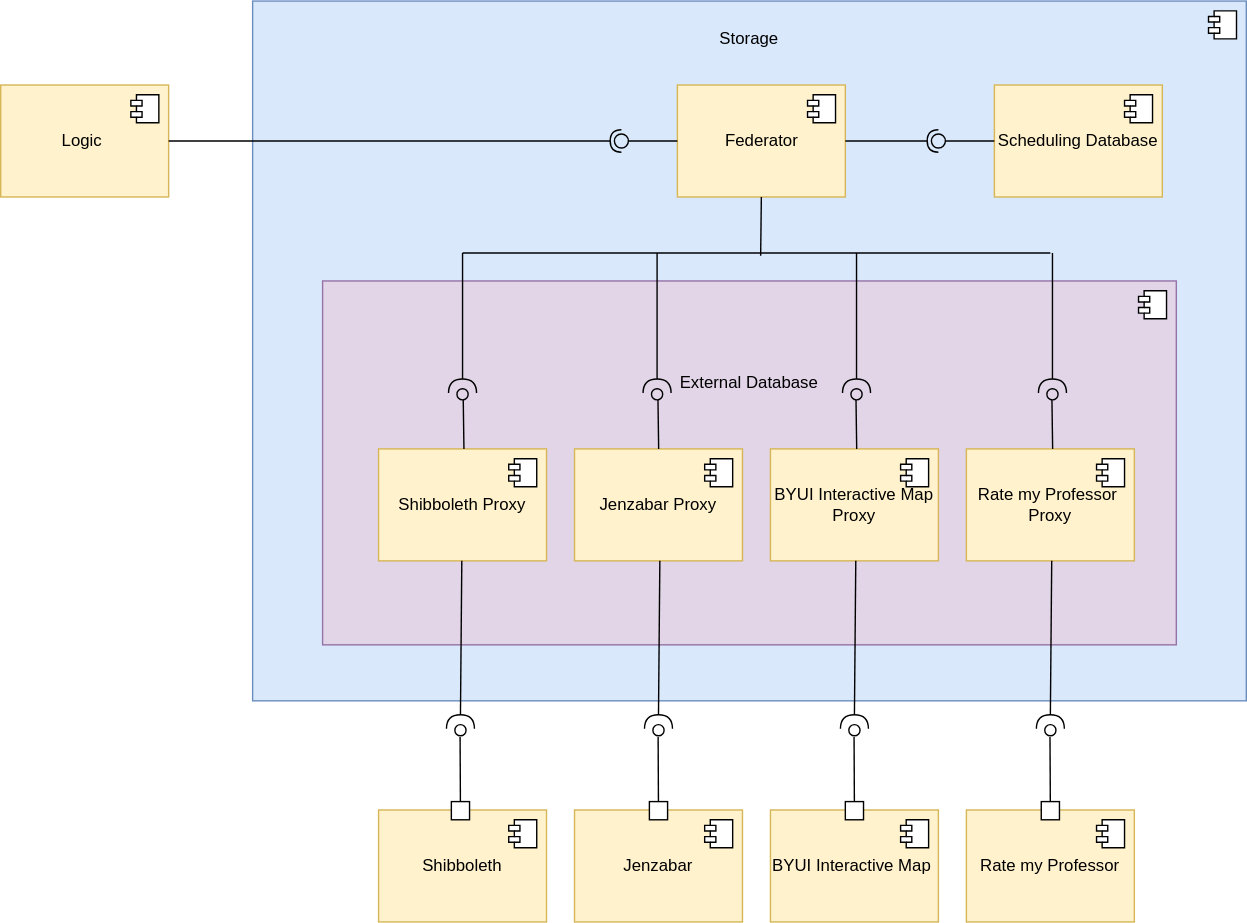
Earlier version of the draw.io export Storage/TeamOneFiles/component for External database.drawio (1).svg (MckennahPalmer/CSE430). Source tidied: cells renumbered, new cells last; positions are measured from the earlier drawing's top-left corner, leaving out a move shared by most shapes. Its diagram source:
```xml
<mxGraphModel>
  <root>
    <mxCell id="0" />
    <mxCell id="1" parent="0" />
    <mxCell id="2" value="&lt;p style=&quot;line-height: 120%;&quot;&gt;&lt;/p&gt;&lt;div style=&quot;text-align: left;&quot;&gt;Storage&lt;br&gt;&lt;br&gt;&lt;br&gt;&lt;br&gt;&lt;br&gt;&lt;br&gt;&lt;br&gt;&lt;br&gt;&lt;br&gt;&lt;br&gt;&lt;br&gt;&lt;br&gt;&lt;br&gt;&lt;br&gt;&lt;br&gt;&lt;br&gt;&lt;br&gt;&lt;br&gt;&lt;br&gt;&lt;br&gt;&lt;br&gt;&lt;br&gt;&lt;br&gt;&lt;br&gt;&lt;br&gt;&lt;br&gt;&lt;br&gt;&lt;br&gt;&lt;br&gt;&lt;br&gt;&lt;br&gt;&lt;br&gt;&lt;/div&gt;&lt;p&gt;&lt;/p&gt;" style="html=1;whiteSpace=wrap;fillColor=#dae8fc;strokeColor=#6c8ebf;align=center;" parent="1" vertex="1">
      <mxGeometry x="180" width="710" height="500" as="geometry" />
    </mxCell>
    <mxCell id="3" style="shape=module;jettyWidth=8;jettyHeight=4;" parent="2" vertex="1">
      <mxGeometry x="1" width="20" height="20" relative="1" as="geometry">
        <mxPoint x="-27" y="7" as="offset" />
      </mxGeometry>
    </mxCell>
    <mxCell id="4" value="&lt;p style=&quot;line-height: 120%;&quot;&gt;External Database&lt;br&gt;&lt;br&gt;&lt;br&gt;&lt;br&gt;&lt;br&gt;&lt;br&gt;&lt;br&gt;&lt;br&gt;&lt;br&gt;&lt;/p&gt;" style="html=1;whiteSpace=wrap;fillColor=#e1d5e7;strokeColor=#9673a6;align=center;" parent="1" vertex="1">
      <mxGeometry x="230" y="200" width="610" height="260" as="geometry" />
    </mxCell>
    <mxCell id="5" style="shape=module;jettyWidth=8;jettyHeight=4;" parent="4" vertex="1">
      <mxGeometry x="1" width="20" height="20" relative="1" as="geometry">
        <mxPoint x="-27" y="7" as="offset" />
      </mxGeometry>
    </mxCell>
    <mxCell id="6" value="Shibboleth Proxy" style="html=1;whiteSpace=wrap;fillColor=#fff2cc;strokeColor=#d6b656;" parent="1" vertex="1">
      <mxGeometry x="270" y="320" width="120" height="80" as="geometry" />
    </mxCell>
    <mxCell id="7" style="shape=module;jettyWidth=8;jettyHeight=4;" parent="6" vertex="1">
      <mxGeometry x="1" width="20" height="20" relative="1" as="geometry">
        <mxPoint x="-27" y="7" as="offset" />
      </mxGeometry>
    </mxCell>
    <mxCell id="8" value="Jenzabar Proxy" style="html=1;whiteSpace=wrap;fillColor=#fff2cc;strokeColor=#d6b656;" parent="1" vertex="1">
      <mxGeometry x="410" y="320" width="120" height="80" as="geometry" />
    </mxCell>
    <mxCell id="9" style="shape=module;jettyWidth=8;jettyHeight=4;" parent="8" vertex="1">
      <mxGeometry x="1" width="20" height="20" relative="1" as="geometry">
        <mxPoint x="-27" y="7" as="offset" />
      </mxGeometry>
    </mxCell>
    <mxCell id="10" value="BYUI Interactive Map Proxy" style="html=1;whiteSpace=wrap;fillColor=#fff2cc;strokeColor=#d6b656;" parent="1" vertex="1">
      <mxGeometry x="550" y="320" width="120" height="80" as="geometry" />
    </mxCell>
    <mxCell id="11" style="shape=module;jettyWidth=8;jettyHeight=4;" parent="10" vertex="1">
      <mxGeometry x="1" width="20" height="20" relative="1" as="geometry">
        <mxPoint x="-27" y="7" as="offset" />
      </mxGeometry>
    </mxCell>
    <mxCell id="12" value="Rate my Professor&amp;nbsp; Proxy" style="html=1;whiteSpace=wrap;fillColor=#fff2cc;strokeColor=#d6b656;" parent="1" vertex="1">
      <mxGeometry x="690" y="320" width="120" height="80" as="geometry" />
    </mxCell>
    <mxCell id="13" style="shape=module;jettyWidth=8;jettyHeight=4;" parent="12" vertex="1">
      <mxGeometry x="1" width="20" height="20" relative="1" as="geometry">
        <mxPoint x="-27" y="7" as="offset" />
      </mxGeometry>
    </mxCell>
    <mxCell id="14" value="Shibboleth" style="html=1;whiteSpace=wrap;fillColor=#fff2cc;strokeColor=#d6b656;" parent="1" vertex="1">
      <mxGeometry x="270" y="578" width="120" height="80" as="geometry" />
    </mxCell>
    <mxCell id="15" style="shape=module;jettyWidth=8;jettyHeight=4;" parent="14" vertex="1">
      <mxGeometry x="1" width="20" height="20" relative="1" as="geometry">
        <mxPoint x="-27" y="7" as="offset" />
      </mxGeometry>
    </mxCell>
    <mxCell id="16" value="Jenzabar" style="html=1;whiteSpace=wrap;fillColor=#fff2cc;strokeColor=#d6b656;" parent="1" vertex="1">
      <mxGeometry x="410" y="578" width="120" height="80" as="geometry" />
    </mxCell>
    <mxCell id="17" style="shape=module;jettyWidth=8;jettyHeight=4;" parent="16" vertex="1">
      <mxGeometry x="1" width="20" height="20" relative="1" as="geometry">
        <mxPoint x="-27" y="7" as="offset" />
      </mxGeometry>
    </mxCell>
    <mxCell id="18" value="BYUI Interactive Map&amp;nbsp;" style="html=1;whiteSpace=wrap;fillColor=#fff2cc;strokeColor=#d6b656;" parent="1" vertex="1">
      <mxGeometry x="550" y="578" width="120" height="80" as="geometry" />
    </mxCell>
    <mxCell id="19" style="shape=module;jettyWidth=8;jettyHeight=4;" parent="18" vertex="1">
      <mxGeometry x="1" width="20" height="20" relative="1" as="geometry">
        <mxPoint x="-27" y="7" as="offset" />
      </mxGeometry>
    </mxCell>
    <mxCell id="20" value="Rate my Professor" style="html=1;whiteSpace=wrap;fillColor=#fff2cc;strokeColor=#d6b656;" parent="1" vertex="1">
      <mxGeometry x="690" y="578" width="120" height="80" as="geometry" />
    </mxCell>
    <mxCell id="21" style="shape=module;jettyWidth=8;jettyHeight=4;" parent="20" vertex="1">
      <mxGeometry x="1" width="20" height="20" relative="1" as="geometry">
        <mxPoint x="-27" y="7" as="offset" />
      </mxGeometry>
    </mxCell>
    <mxCell id="22" style="html=1;rounded=0;" parent="1" vertex="1">
      <mxGeometry x="322" y="572" width="13" height="13" as="geometry" />
    </mxCell>
    <mxCell id="23" style="endArrow=none;html=1;rounded=0;align=center;verticalAlign=top;endFill=0;labelBackgroundColor=none;endSize=2;entryX=0.533;entryY=1.109;entryDx=0;entryDy=0;entryPerimeter=0;" parent="1" edge="1" source="22" target="24">
      <mxGeometry relative="1" as="geometry" />
    </mxCell>
    <mxCell id="24" style="ellipse;html=1;fontSize=11;align=center;fillColor=none;points=[];verticalAlign=bottom;labelPosition=center;verticalLabelPosition=top;flipH=1;" parent="1" vertex="1">
      <mxGeometry x="324.5" y="517" width="8" height="8" as="geometry" />
    </mxCell>
    <mxCell id="25" style="shape=requiredInterface;html=1;verticalLabelPosition=bottom;sketch=0;rotation=-90;" parent="1" vertex="1">
      <mxGeometry x="323.5" y="505" width="10" height="20" as="geometry" />
    </mxCell>
    <mxCell id="26" style="endArrow=none;html=1;rounded=0;align=center;verticalAlign=top;endFill=0;labelBackgroundColor=none;endSize=2;entryX=0.533;entryY=1.109;entryDx=0;entryDy=0;entryPerimeter=0;exitX=1;exitY=0.5;exitDx=0;exitDy=0;exitPerimeter=0;" parent="1" edge="1" source="25">
      <mxGeometry relative="1" as="geometry">
        <mxPoint x="329.5" y="400" as="targetPoint" />
      </mxGeometry>
    </mxCell>
    <mxCell id="27" style="html=1;rounded=0;" parent="1" vertex="1">
      <mxGeometry x="463.5" y="572" width="13" height="13" as="geometry" />
    </mxCell>
    <mxCell id="28" style="endArrow=none;html=1;rounded=0;align=center;verticalAlign=top;endFill=0;labelBackgroundColor=none;endSize=2;entryX=0.533;entryY=1.109;entryDx=0;entryDy=0;entryPerimeter=0;" parent="1" edge="1" source="27" target="29">
      <mxGeometry relative="1" as="geometry" />
    </mxCell>
    <mxCell id="29" style="ellipse;html=1;fontSize=11;align=center;fillColor=none;points=[];verticalAlign=bottom;labelPosition=center;verticalLabelPosition=top;flipH=1;" parent="1" vertex="1">
      <mxGeometry x="466" y="517" width="8" height="8" as="geometry" />
    </mxCell>
    <mxCell id="30" style="shape=requiredInterface;html=1;verticalLabelPosition=bottom;sketch=0;rotation=-90;" parent="1" vertex="1">
      <mxGeometry x="465" y="505" width="10" height="20" as="geometry" />
    </mxCell>
    <mxCell id="31" style="endArrow=none;html=1;rounded=0;align=center;verticalAlign=top;endFill=0;labelBackgroundColor=none;endSize=2;entryX=0.533;entryY=1.109;entryDx=0;entryDy=0;entryPerimeter=0;exitX=1;exitY=0.5;exitDx=0;exitDy=0;exitPerimeter=0;" parent="1" edge="1" source="30">
      <mxGeometry relative="1" as="geometry">
        <mxPoint x="471" y="400" as="targetPoint" />
      </mxGeometry>
    </mxCell>
    <mxCell id="32" style="html=1;rounded=0;" parent="1" vertex="1">
      <mxGeometry x="603.5" y="572" width="13" height="13" as="geometry" />
    </mxCell>
    <mxCell id="33" style="endArrow=none;html=1;rounded=0;align=center;verticalAlign=top;endFill=0;labelBackgroundColor=none;endSize=2;entryX=0.533;entryY=1.109;entryDx=0;entryDy=0;entryPerimeter=0;" parent="1" edge="1" source="32" target="34">
      <mxGeometry relative="1" as="geometry" />
    </mxCell>
    <mxCell id="34" style="ellipse;html=1;fontSize=11;align=center;fillColor=none;points=[];verticalAlign=bottom;labelPosition=center;verticalLabelPosition=top;flipH=1;" parent="1" vertex="1">
      <mxGeometry x="606" y="517" width="8" height="8" as="geometry" />
    </mxCell>
    <mxCell id="35" style="shape=requiredInterface;html=1;verticalLabelPosition=bottom;sketch=0;rotation=-90;" parent="1" vertex="1">
      <mxGeometry x="605" y="505" width="10" height="20" as="geometry" />
    </mxCell>
    <mxCell id="36" style="endArrow=none;html=1;rounded=0;align=center;verticalAlign=top;endFill=0;labelBackgroundColor=none;endSize=2;entryX=0.533;entryY=1.109;entryDx=0;entryDy=0;entryPerimeter=0;exitX=1;exitY=0.5;exitDx=0;exitDy=0;exitPerimeter=0;" parent="1" edge="1" source="35">
      <mxGeometry relative="1" as="geometry">
        <mxPoint x="611" y="400" as="targetPoint" />
      </mxGeometry>
    </mxCell>
    <mxCell id="37" style="html=1;rounded=0;" parent="1" vertex="1">
      <mxGeometry x="743.5" y="572" width="13" height="13" as="geometry" />
    </mxCell>
    <mxCell id="38" style="endArrow=none;html=1;rounded=0;align=center;verticalAlign=top;endFill=0;labelBackgroundColor=none;endSize=2;entryX=0.533;entryY=1.109;entryDx=0;entryDy=0;entryPerimeter=0;" parent="1" edge="1" source="37" target="39">
      <mxGeometry relative="1" as="geometry" />
    </mxCell>
    <mxCell id="39" style="ellipse;html=1;fontSize=11;align=center;fillColor=none;points=[];verticalAlign=bottom;labelPosition=center;verticalLabelPosition=top;flipH=1;" parent="1" vertex="1">
      <mxGeometry x="746" y="517" width="8" height="8" as="geometry" />
    </mxCell>
    <mxCell id="40" style="shape=requiredInterface;html=1;verticalLabelPosition=bottom;sketch=0;rotation=-90;" parent="1" vertex="1">
      <mxGeometry x="745" y="505" width="10" height="20" as="geometry" />
    </mxCell>
    <mxCell id="41" style="endArrow=none;html=1;rounded=0;align=center;verticalAlign=top;endFill=0;labelBackgroundColor=none;endSize=2;entryX=0.533;entryY=1.109;entryDx=0;entryDy=0;entryPerimeter=0;exitX=1;exitY=0.5;exitDx=0;exitDy=0;exitPerimeter=0;" parent="1" edge="1" source="40">
      <mxGeometry relative="1" as="geometry">
        <mxPoint x="751" y="400" as="targetPoint" />
      </mxGeometry>
    </mxCell>
    <mxCell id="42" value="Federator" style="html=1;whiteSpace=wrap;fillColor=#fff2cc;strokeColor=#d6b656;" parent="1" vertex="1">
      <mxGeometry x="483.5" y="60" width="120" height="80" as="geometry" />
    </mxCell>
    <mxCell id="43" style="shape=module;jettyWidth=8;jettyHeight=4;" parent="42" vertex="1">
      <mxGeometry x="1" width="20" height="20" relative="1" as="geometry">
        <mxPoint x="-27" y="7" as="offset" />
      </mxGeometry>
    </mxCell>
    <mxCell id="44" style="ellipse;html=1;fontSize=11;align=center;fillColor=none;verticalAlign=bottom;labelPosition=center;verticalLabelPosition=top;flipH=1;" parent="1" vertex="1">
      <mxGeometry x="326" y="277" width="8" height="8" as="geometry" />
    </mxCell>
    <mxCell id="45" style="shape=requiredInterface;html=1;verticalLabelPosition=bottom;sketch=0;rotation=-90;" parent="1" vertex="1">
      <mxGeometry x="325" y="265" width="10" height="20" as="geometry" />
    </mxCell>
    <mxCell id="46" style="endArrow=none;html=1;rounded=0;align=center;verticalAlign=top;endFill=0;labelBackgroundColor=none;endSize=2;exitX=1;exitY=0.5;exitDx=0;exitDy=0;exitPerimeter=0;" parent="1" edge="1" source="45">
      <mxGeometry relative="1" as="geometry">
        <mxPoint x="330" y="180" as="targetPoint" />
      </mxGeometry>
    </mxCell>
    <mxCell id="47" style="ellipse;html=1;fontSize=11;align=center;fillColor=none;verticalAlign=bottom;labelPosition=center;verticalLabelPosition=top;flipH=1;" parent="1" vertex="1">
      <mxGeometry x="465" y="277" width="8" height="8" as="geometry" />
    </mxCell>
    <mxCell id="48" style="shape=requiredInterface;html=1;verticalLabelPosition=bottom;sketch=0;rotation=-90;" parent="1" vertex="1">
      <mxGeometry x="464" y="265" width="10" height="20" as="geometry" />
    </mxCell>
    <mxCell id="49" style="endArrow=none;html=1;rounded=0;align=center;verticalAlign=top;endFill=0;labelBackgroundColor=none;endSize=2;exitX=1;exitY=0.5;exitDx=0;exitDy=0;exitPerimeter=0;" parent="1" edge="1" source="48">
      <mxGeometry relative="1" as="geometry">
        <mxPoint x="469" y="180" as="targetPoint" />
      </mxGeometry>
    </mxCell>
    <mxCell id="50" style="ellipse;html=1;fontSize=11;align=center;fillColor=none;verticalAlign=bottom;labelPosition=center;verticalLabelPosition=top;flipH=1;" parent="1" vertex="1">
      <mxGeometry x="607.5" y="277" width="8" height="8" as="geometry" />
    </mxCell>
    <mxCell id="51" style="shape=requiredInterface;html=1;verticalLabelPosition=bottom;sketch=0;rotation=-90;" parent="1" vertex="1">
      <mxGeometry x="606.5" y="265" width="10" height="20" as="geometry" />
    </mxCell>
    <mxCell id="52" style="endArrow=none;html=1;rounded=0;align=center;verticalAlign=top;endFill=0;labelBackgroundColor=none;endSize=2;exitX=1;exitY=0.5;exitDx=0;exitDy=0;exitPerimeter=0;" parent="1" edge="1" source="51">
      <mxGeometry relative="1" as="geometry">
        <mxPoint x="611.5" y="180" as="targetPoint" />
      </mxGeometry>
    </mxCell>
    <mxCell id="53" style="ellipse;html=1;fontSize=11;align=center;fillColor=none;verticalAlign=bottom;labelPosition=center;verticalLabelPosition=top;flipH=1;" parent="1" vertex="1">
      <mxGeometry x="747.5" y="277" width="8" height="8" as="geometry" />
    </mxCell>
    <mxCell id="54" style="shape=requiredInterface;html=1;verticalLabelPosition=bottom;sketch=0;rotation=-90;" parent="1" vertex="1">
      <mxGeometry x="746.5" y="265" width="10" height="20" as="geometry" />
    </mxCell>
    <mxCell id="55" style="endArrow=none;html=1;rounded=0;align=center;verticalAlign=top;endFill=0;labelBackgroundColor=none;endSize=2;exitX=1;exitY=0.5;exitDx=0;exitDy=0;exitPerimeter=0;" parent="1" edge="1" source="54">
      <mxGeometry relative="1" as="geometry">
        <mxPoint x="751.5" y="180" as="targetPoint" />
      </mxGeometry>
    </mxCell>
    <mxCell id="56" style="endArrow=none;html=1;rounded=0;align=center;verticalAlign=top;endFill=0;labelBackgroundColor=none;endSize=2;" parent="1" edge="1">
      <mxGeometry relative="1" as="geometry">
        <mxPoint x="330" y="180" as="sourcePoint" />
        <mxPoint x="750" y="180" as="targetPoint" />
      </mxGeometry>
    </mxCell>
    <mxCell id="57" style="endArrow=none;html=1;rounded=0;align=center;verticalAlign=top;endFill=0;labelBackgroundColor=none;endSize=2;entryX=0.5;entryY=1;entryDx=0;entryDy=0;" parent="1" edge="1" target="42">
      <mxGeometry relative="1" as="geometry">
        <mxPoint x="543" y="182" as="sourcePoint" />
      </mxGeometry>
    </mxCell>
    <mxCell id="58" style="endArrow=none;html=1;rounded=0;align=center;verticalAlign=top;endFill=0;labelBackgroundColor=none;endSize=2;entryX=0.5;entryY=1;entryDx=0;entryDy=0;" parent="1" edge="1">
      <mxGeometry relative="1" as="geometry">
        <mxPoint x="331" y="320" as="sourcePoint" />
        <mxPoint x="330.5" y="285" as="targetPoint" />
      </mxGeometry>
    </mxCell>
    <mxCell id="59" style="endArrow=none;html=1;rounded=0;align=center;verticalAlign=top;endFill=0;labelBackgroundColor=none;endSize=2;entryX=0.5;entryY=1;entryDx=0;entryDy=0;" parent="1" edge="1">
      <mxGeometry relative="1" as="geometry">
        <mxPoint x="470.1" y="320" as="sourcePoint" />
        <mxPoint x="469.6" y="285" as="targetPoint" />
      </mxGeometry>
    </mxCell>
    <mxCell id="60" style="endArrow=none;html=1;rounded=0;align=center;verticalAlign=top;endFill=0;labelBackgroundColor=none;endSize=2;entryX=0.5;entryY=1;entryDx=0;entryDy=0;" parent="1" edge="1">
      <mxGeometry relative="1" as="geometry">
        <mxPoint x="611.6" y="320" as="sourcePoint" />
        <mxPoint x="611.1" y="285" as="targetPoint" />
      </mxGeometry>
    </mxCell>
    <mxCell id="61" style="endArrow=none;html=1;rounded=0;align=center;verticalAlign=top;endFill=0;labelBackgroundColor=none;endSize=2;entryX=0.5;entryY=1;entryDx=0;entryDy=0;" parent="1" edge="1">
      <mxGeometry relative="1" as="geometry">
        <mxPoint x="751.6" y="320" as="sourcePoint" />
        <mxPoint x="751.1" y="285" as="targetPoint" />
      </mxGeometry>
    </mxCell>
    <mxCell id="62" value="Scheduling Database" style="html=1;whiteSpace=wrap;fillColor=#fff2cc;strokeColor=#d6b656;" parent="1" vertex="1">
      <mxGeometry x="710" y="60" width="120" height="80" as="geometry" />
    </mxCell>
    <mxCell id="63" style="shape=module;jettyWidth=8;jettyHeight=4;" parent="62" vertex="1">
      <mxGeometry x="1" width="20" height="20" relative="1" as="geometry">
        <mxPoint x="-27" y="7" as="offset" />
      </mxGeometry>
    </mxCell>
    <mxCell id="64" value="Logic&amp;nbsp;" style="html=1;whiteSpace=wrap;fillColor=#fff2cc;strokeColor=#d6b656;" parent="1" vertex="1">
      <mxGeometry y="60" width="120" height="80" as="geometry" />
    </mxCell>
    <mxCell id="65" style="shape=module;jettyWidth=8;jettyHeight=4;" parent="64" vertex="1">
      <mxGeometry x="1" width="20" height="20" relative="1" as="geometry">
        <mxPoint x="-27" y="7" as="offset" />
      </mxGeometry>
    </mxCell>
    <mxCell id="66" style="rounded=0;jettySize=auto;html=1;endArrow=halfCircle;endFill=0;endSize=6;strokeWidth=1;sketch=0;exitX=1;exitY=0.5;exitDx=0;exitDy=0;" parent="1" edge="1" source="42">
      <mxGeometry relative="1" as="geometry">
        <mxPoint x="670" y="100" as="targetPoint" />
      </mxGeometry>
    </mxCell>
    <mxCell id="67" style="rounded=0;orthogonalLoop=1;jettySize=auto;html=1;endArrow=oval;endFill=0;sketch=0;sourcePerimeterSpacing=0;targetPerimeterSpacing=0;endSize=10;" parent="1" edge="1">
      <mxGeometry relative="1" as="geometry">
        <mxPoint x="710" y="100" as="sourcePoint" />
        <mxPoint x="670" y="100" as="targetPoint" />
      </mxGeometry>
    </mxCell>
    <mxCell id="68" style="ellipse;whiteSpace=wrap;html=1;align=center;fillColor=none;strokeColor=none;perimeter=centerPerimeter;" parent="1" vertex="1">
      <mxGeometry x="645" y="95" width="10" height="10" as="geometry" />
    </mxCell>
    <mxCell id="69" style="rounded=0;jettySize=auto;html=1;endArrow=halfCircle;endFill=0;endSize=6;strokeWidth=1;sketch=0;exitX=1;exitY=0.5;exitDx=0;exitDy=0;" parent="1" edge="1" source="64">
      <mxGeometry relative="1" as="geometry">
        <mxPoint x="443.5" y="100" as="targetPoint" />
      </mxGeometry>
    </mxCell>
    <mxCell id="70" style="rounded=0;orthogonalLoop=1;jettySize=auto;html=1;endArrow=oval;endFill=0;sketch=0;sourcePerimeterSpacing=0;targetPerimeterSpacing=0;endSize=10;" parent="1" edge="1">
      <mxGeometry relative="1" as="geometry">
        <mxPoint x="483.5" y="100" as="sourcePoint" />
        <mxPoint x="443.5" y="100" as="targetPoint" />
      </mxGeometry>
    </mxCell>
    <mxCell id="71" style="ellipse;whiteSpace=wrap;html=1;align=center;fillColor=none;strokeColor=none;perimeter=centerPerimeter;" parent="1" vertex="1">
      <mxGeometry x="418.5" y="95" width="10" height="10" as="geometry" />
    </mxCell>
  </root>
</mxGraphModel>
```
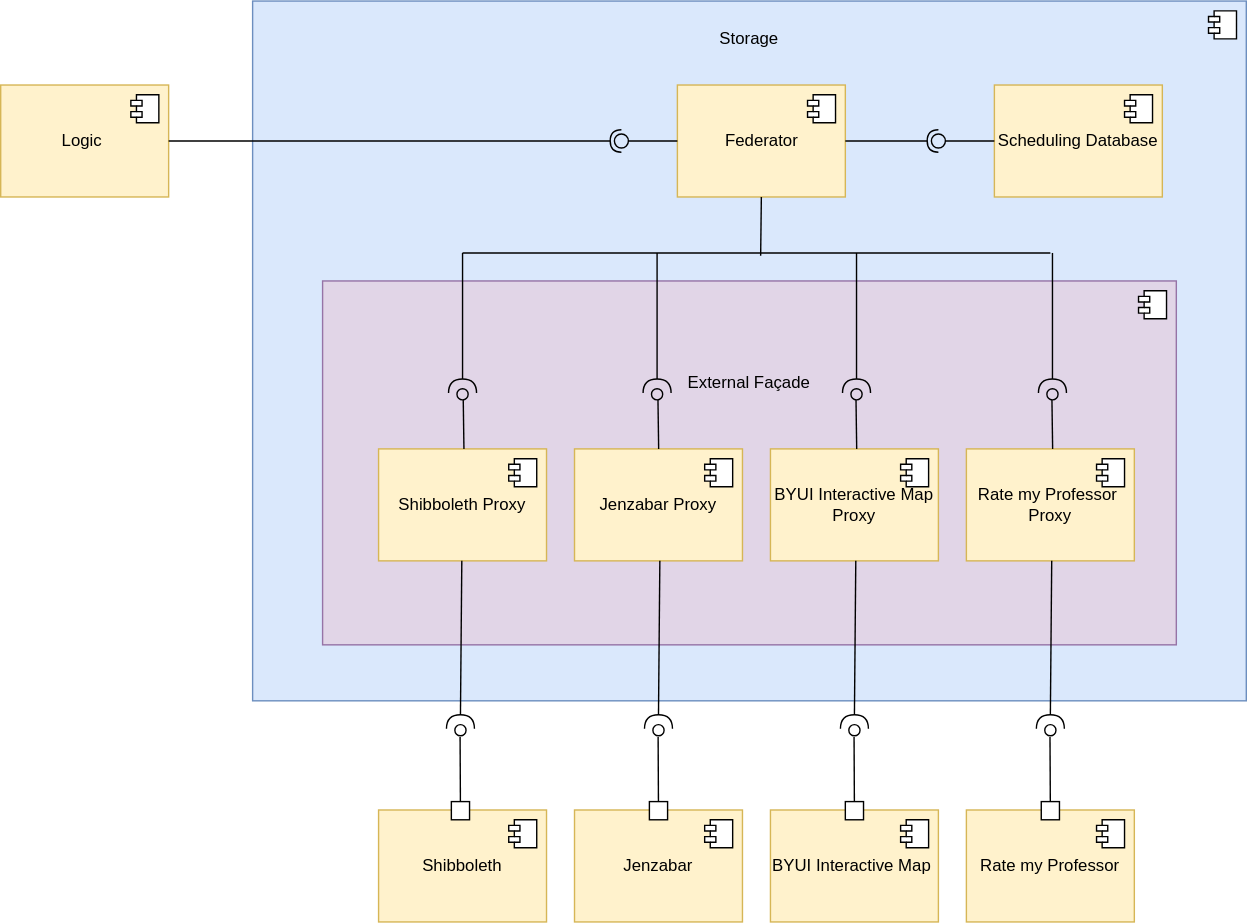
After the commit.

What changed in the source:
```diff
@@ -10,7 +10,7 @@
         <mxPoint x="-27" y="7" as="offset" />
       </mxGeometry>
     </mxCell>
-    <mxCell id="4" value="&lt;p style=&quot;line-height: 120%;&quot;&gt;External Database&lt;br&gt;&lt;br&gt;&lt;br&gt;&lt;br&gt;&lt;br&gt;&lt;br&gt;&lt;br&gt;&lt;br&gt;&lt;br&gt;&lt;/p&gt;" style="html=1;whiteSpace=wrap;fillColor=#e1d5e7;strokeColor=#9673a6;align=center;" parent="1" vertex="1">
+    <mxCell id="4" value="&lt;p style=&quot;line-height: 120%;&quot;&gt;External Façade&lt;br&gt;&lt;br&gt;&lt;br&gt;&lt;br&gt;&lt;br&gt;&lt;br&gt;&lt;br&gt;&lt;br&gt;&lt;br&gt;&lt;/p&gt;" style="html=1;whiteSpace=wrap;fillColor=#e1d5e7;strokeColor=#9673a6;align=center;" parent="1" vertex="1">
       <mxGeometry x="230" y="200" width="610" height="260" as="geometry" />
     </mxCell>
     <mxCell id="5" style="shape=module;jettyWidth=8;jettyHeight=4;" parent="4" vertex="1">
```
